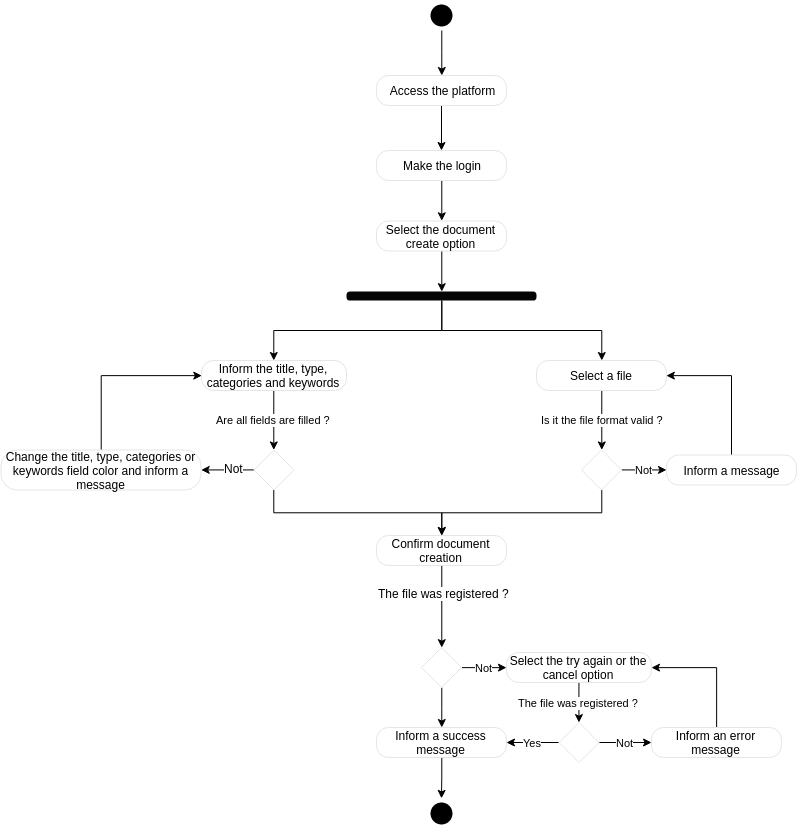
Earlier version of the draw.io export documentation/diagrams/activity/document/create.png (hydroxion/document). Source tidied: cells renumbered, new cells last; positions are measured from the earlier drawing's top-left corner, leaving out a move shared by most shapes. The source it was exported from:
```xml
<mxGraphModel>
  <root>
    <mxCell id="0" />
    <mxCell id="1" parent="0" />
    <mxCell id="2" style="edgeStyle=orthogonalEdgeStyle;rounded=0;jettySize=auto;html=1;exitX=0.5;exitY=1;exitDx=0;exitDy=0;" parent="1" edge="1" source="3" target="5">
      <mxGeometry relative="1" as="geometry" />
    </mxCell>
    <mxCell id="3" style="ellipse;html=1;shape=startState;fillColor=#000000;strokeColor=none;" parent="1" vertex="1">
      <mxGeometry x="425" width="30" height="30" as="geometry" />
    </mxCell>
    <mxCell id="4" style="edgeStyle=orthogonalEdgeStyle;rounded=0;jettySize=auto;html=1;" parent="1" edge="1" source="5" target="7">
      <mxGeometry relative="1" as="geometry" />
    </mxCell>
    <mxCell id="5" value="Access the platform" style="rounded=1;whiteSpace=wrap;html=1;arcSize=40;fontColor=#000000;fillColor=#FFFFFF;strokeColor=#e5e5e5;" parent="1" vertex="1">
      <mxGeometry x="375" y="75" width="130" height="30" as="geometry" />
    </mxCell>
    <mxCell id="6" style="edgeStyle=orthogonalEdgeStyle;rounded=0;jettySize=auto;html=1;exitX=0.5;exitY=1;exitDx=0;exitDy=0;entryX=0.5;entryY=0;entryDx=0;entryDy=0;" parent="1" edge="1" source="7" target="9">
      <mxGeometry relative="1" as="geometry" />
    </mxCell>
    <mxCell id="7" value="Make the login&lt;br&gt;" style="rounded=1;whiteSpace=wrap;html=1;arcSize=40;fontColor=#000000;fillColor=#FFFFFF;strokeColor=#e5e5e5;" parent="1" vertex="1">
      <mxGeometry x="375" y="150" width="130" height="30" as="geometry" />
    </mxCell>
    <mxCell id="8" style="edgeStyle=orthogonalEdgeStyle;rounded=0;jettySize=auto;html=1;exitX=0.5;exitY=1;exitDx=0;exitDy=0;entryX=0.5;entryY=0;entryDx=0;entryDy=0;" parent="1" edge="1" source="9" target="12">
      <mxGeometry relative="1" as="geometry" />
    </mxCell>
    <mxCell id="9" value="Select the document create option&lt;br&gt;" style="rounded=1;whiteSpace=wrap;html=1;arcSize=40;fontColor=#000000;fillColor=#FFFFFF;strokeColor=#e5e5e5;" parent="1" vertex="1">
      <mxGeometry x="375" y="220.5" width="130" height="30" as="geometry" />
    </mxCell>
    <mxCell id="10" style="edgeStyle=orthogonalEdgeStyle;rounded=0;jettySize=auto;html=1;" parent="1" edge="1" source="12" target="16">
      <mxGeometry relative="1" as="geometry" />
    </mxCell>
    <mxCell id="11" style="edgeStyle=orthogonalEdgeStyle;rounded=0;jettySize=auto;html=1;" parent="1" edge="1" source="12" target="14">
      <mxGeometry relative="1" as="geometry" />
    </mxCell>
    <mxCell id="12" style="rounded=1;whiteSpace=wrap;html=1;arcSize=40;fontColor=#000000;fillColor=#050505;strokeColor=none;" parent="1" vertex="1">
      <mxGeometry x="345" y="291" width="190" height="9" as="geometry" />
    </mxCell>
    <mxCell id="13" value="Is it the file format valid ?" style="edgeStyle=orthogonalEdgeStyle;rounded=0;jettySize=auto;html=1;exitX=0.5;exitY=1;exitDx=0;exitDy=0;entryX=0.5;entryY=0;entryDx=0;entryDy=0;" parent="1" edge="1" source="14" target="19">
      <mxGeometry relative="1" as="geometry" />
    </mxCell>
    <mxCell id="14" value="Select a file&lt;br&gt;" style="rounded=1;whiteSpace=wrap;html=1;arcSize=40;fontColor=#000000;fillColor=#FFFFFF;strokeColor=#e5e5e5;" parent="1" vertex="1">
      <mxGeometry x="535" y="360" width="130" height="30" as="geometry" />
    </mxCell>
    <mxCell id="15" value="Are&amp;nbsp;all fields are filled ?" style="edgeStyle=orthogonalEdgeStyle;rounded=0;jettySize=auto;html=1;entryX=0.5;entryY=0;entryDx=0;entryDy=0;" parent="1" edge="1" source="16" target="23">
      <mxGeometry relative="1" as="geometry" />
    </mxCell>
    <mxCell id="16" value="Inform the title, type, categories and keywords&lt;br&gt;" style="rounded=1;whiteSpace=wrap;html=1;arcSize=40;fontColor=#000000;fillColor=#FFFFFF;strokeColor=#e5e5e5;" parent="1" vertex="1">
      <mxGeometry x="200" y="360" width="145" height="30" as="geometry" />
    </mxCell>
    <mxCell id="17" value="Not" style="edgeStyle=orthogonalEdgeStyle;rounded=0;jettySize=auto;html=1;exitX=1;exitY=0.5;exitDx=0;exitDy=0;" parent="1" edge="1" source="19" target="25">
      <mxGeometry relative="1" as="geometry" />
    </mxCell>
    <mxCell id="18" style="edgeStyle=orthogonalEdgeStyle;rounded=0;jettySize=auto;html=1;exitX=0.5;exitY=1;exitDx=0;exitDy=0;entryX=0.5;entryY=0;entryDx=0;entryDy=0;" parent="1" edge="1" source="19" target="33">
      <mxGeometry relative="1" as="geometry" />
    </mxCell>
    <mxCell id="19" style="rhombus;whiteSpace=wrap;html=1;strokeColor=#e5e5e5;fillColor=#FFFFFF;" parent="1" vertex="1">
      <mxGeometry x="580" y="449.5" width="40" height="40" as="geometry" />
    </mxCell>
    <mxCell id="20" style="edgeStyle=orthogonalEdgeStyle;rounded=0;jettySize=auto;html=1;exitX=0;exitY=0.5;exitDx=0;exitDy=0;entryX=1;entryY=0.5;entryDx=0;entryDy=0;" parent="1" edge="1" source="23" target="27">
      <mxGeometry relative="1" as="geometry" />
    </mxCell>
    <mxCell id="21" value="Not" style="text;html=1;align=center;verticalAlign=middle;labelBackgroundColor=#ffffff;" parent="20" vertex="1">
      <mxGeometry x="-0.21" y="-2" relative="1" as="geometry" />
    </mxCell>
    <mxCell id="22" style="edgeStyle=orthogonalEdgeStyle;rounded=0;jettySize=auto;html=1;exitX=0.5;exitY=1;exitDx=0;exitDy=0;" parent="1" edge="1" source="23" target="33">
      <mxGeometry relative="1" as="geometry" />
    </mxCell>
    <mxCell id="23" style="rhombus;whiteSpace=wrap;html=1;strokeColor=#e5e5e5;fillColor=#FFFFFF;" parent="1" vertex="1">
      <mxGeometry x="252.5" y="449.5" width="40" height="40" as="geometry" />
    </mxCell>
    <mxCell id="24" style="edgeStyle=orthogonalEdgeStyle;rounded=0;jettySize=auto;html=1;exitX=0.5;exitY=0;exitDx=0;exitDy=0;entryX=1;entryY=0.5;entryDx=0;entryDy=0;" parent="1" edge="1" source="25" target="14">
      <mxGeometry relative="1" as="geometry" />
    </mxCell>
    <mxCell id="25" value="Inform a message&lt;br&gt;" style="rounded=1;whiteSpace=wrap;html=1;arcSize=40;fontColor=#000000;fillColor=#FFFFFF;strokeColor=#e5e5e5;" parent="1" vertex="1">
      <mxGeometry x="665" y="454.5" width="130" height="30" as="geometry" />
    </mxCell>
    <mxCell id="26" style="edgeStyle=orthogonalEdgeStyle;rounded=0;jettySize=auto;html=1;exitX=0.5;exitY=0;exitDx=0;exitDy=0;entryX=0;entryY=0.5;entryDx=0;entryDy=0;" parent="1" edge="1" source="27" target="16">
      <mxGeometry relative="1" as="geometry" />
    </mxCell>
    <mxCell id="27" value="Change the title, type, categories or keywords field color and inform a message&lt;br&gt;" style="rounded=1;whiteSpace=wrap;html=1;arcSize=40;fontColor=#000000;fillColor=#FFFFFF;strokeColor=#e5e5e5;" parent="1" vertex="1">
      <mxGeometry x="-0.5" y="449.5" width="200" height="40" as="geometry" />
    </mxCell>
    <mxCell id="28" style="edgeStyle=orthogonalEdgeStyle;rounded=0;jettySize=auto;html=1;exitX=0.5;exitY=1;exitDx=0;exitDy=0;" parent="1" edge="1" source="30" target="35">
      <mxGeometry relative="1" as="geometry" />
    </mxCell>
    <mxCell id="29" value="Not" style="edgeStyle=orthogonalEdgeStyle;rounded=0;jettySize=auto;html=1;exitX=1;exitY=0.5;exitDx=0;exitDy=0;" parent="1" edge="1" source="30" target="38">
      <mxGeometry relative="1" as="geometry" />
    </mxCell>
    <mxCell id="30" style="rhombus;whiteSpace=wrap;html=1;strokeColor=#e5e5e5;fillColor=#FFFFFF;" parent="1" vertex="1">
      <mxGeometry x="420" y="647" width="40" height="40" as="geometry" />
    </mxCell>
    <mxCell id="31" style="edgeStyle=orthogonalEdgeStyle;rounded=0;jettySize=auto;html=1;exitX=0.5;exitY=1;exitDx=0;exitDy=0;entryX=0.5;entryY=0;entryDx=0;entryDy=0;" parent="1" edge="1" source="33" target="30">
      <mxGeometry relative="1" as="geometry" />
    </mxCell>
    <mxCell id="32" value="The file was registered ?" style="text;html=1;align=center;verticalAlign=middle;labelBackgroundColor=#ffffff;" parent="31" vertex="1">
      <mxGeometry x="-0.33" y="2" relative="1" as="geometry" />
    </mxCell>
    <mxCell id="33" value="Confirm document creation&lt;br&gt;" style="rounded=1;whiteSpace=wrap;html=1;arcSize=40;fontColor=#000000;fillColor=#FFFFFF;strokeColor=#e5e5e5;" parent="1" vertex="1">
      <mxGeometry x="375" y="535" width="130" height="30" as="geometry" />
    </mxCell>
    <mxCell id="34" style="edgeStyle=orthogonalEdgeStyle;rounded=0;jettySize=auto;html=1;exitX=0.5;exitY=1;exitDx=0;exitDy=0;" parent="1" edge="1" source="35" target="36">
      <mxGeometry relative="1" as="geometry" />
    </mxCell>
    <mxCell id="35" value="Inform a success message&lt;br&gt;" style="rounded=1;whiteSpace=wrap;html=1;arcSize=40;fontColor=#000000;fillColor=#FFFFFF;strokeColor=#e5e5e5;" parent="1" vertex="1">
      <mxGeometry x="375" y="727" width="130" height="30" as="geometry" />
    </mxCell>
    <mxCell id="36" style="ellipse;html=1;shape=startState;fillColor=#000000;strokeColor=none;" parent="1" vertex="1">
      <mxGeometry x="425" y="797.9" width="30" height="30" as="geometry" />
    </mxCell>
    <mxCell id="37" value="The file was registered ?" style="edgeStyle=orthogonalEdgeStyle;rounded=0;jettySize=auto;html=1;exitX=0.5;exitY=1;exitDx=0;exitDy=0;" parent="1" edge="1" source="38" target="41">
      <mxGeometry relative="1" as="geometry" />
    </mxCell>
    <mxCell id="38" value="Select the try again or the cancel option&lt;br&gt;" style="rounded=1;whiteSpace=wrap;html=1;arcSize=40;fontColor=#000000;fillColor=#FFFFFF;strokeColor=#e5e5e5;" parent="1" vertex="1">
      <mxGeometry x="505" y="652" width="145" height="30" as="geometry" />
    </mxCell>
    <mxCell id="39" value="Yes" style="edgeStyle=orthogonalEdgeStyle;rounded=0;jettySize=auto;html=1;exitX=0;exitY=0.5;exitDx=0;exitDy=0;" parent="1" edge="1" source="41" target="35">
      <mxGeometry relative="1" as="geometry" />
    </mxCell>
    <mxCell id="40" value="Not" style="edgeStyle=orthogonalEdgeStyle;rounded=0;jettySize=auto;html=1;entryX=0;entryY=0.5;entryDx=0;entryDy=0;" parent="1" edge="1" source="41" target="43">
      <mxGeometry relative="1" as="geometry" />
    </mxCell>
    <mxCell id="41" style="rhombus;whiteSpace=wrap;html=1;strokeColor=#e5e5e5;fillColor=#FFFFFF;" parent="1" vertex="1">
      <mxGeometry x="557.5" y="722" width="40" height="40" as="geometry" />
    </mxCell>
    <mxCell id="42" style="edgeStyle=orthogonalEdgeStyle;rounded=0;jettySize=auto;html=1;exitX=0.5;exitY=0;exitDx=0;exitDy=0;entryX=1;entryY=0.5;entryDx=0;entryDy=0;" parent="1" edge="1" source="43" target="38">
      <mxGeometry relative="1" as="geometry" />
    </mxCell>
    <mxCell id="43" value="Inform an error message&lt;br&gt;" style="rounded=1;whiteSpace=wrap;html=1;arcSize=40;fontColor=#000000;fillColor=#FFFFFF;strokeColor=#e5e5e5;" parent="1" vertex="1">
      <mxGeometry x="650" y="727" width="130" height="30" as="geometry" />
    </mxCell>
  </root>
</mxGraphModel>
```
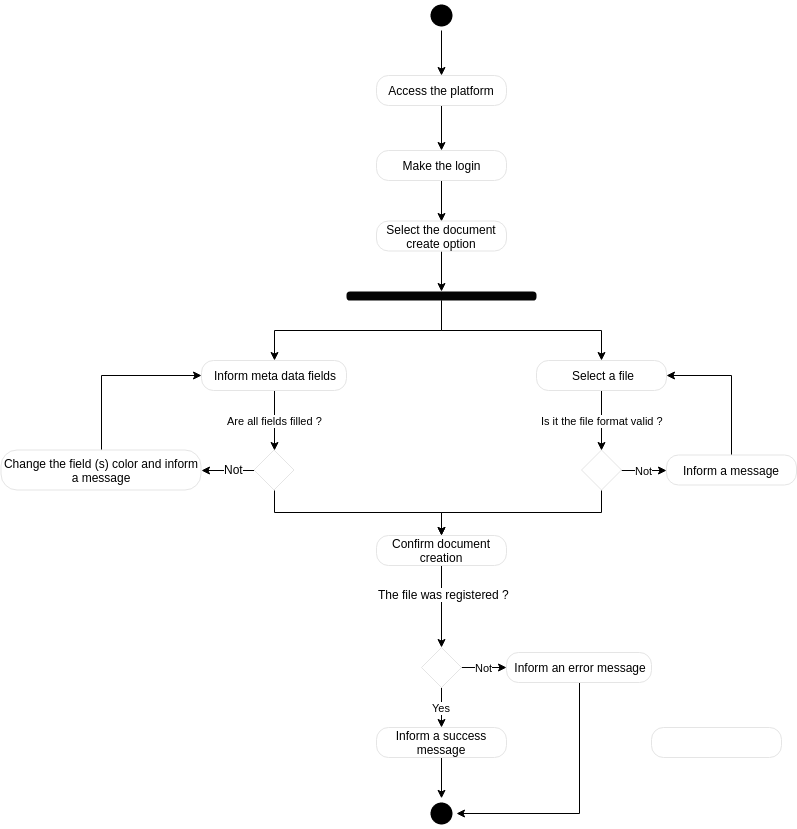
The same diagram one commit later.

The edit, as a diff of the source:
```diff
@@ -41,10 +41,10 @@
     <mxCell id="14" value="Select a file&lt;br&gt;" style="rounded=1;whiteSpace=wrap;html=1;arcSize=40;fontColor=#000000;fillColor=#FFFFFF;strokeColor=#e5e5e5;" parent="1" vertex="1">
       <mxGeometry x="535" y="360" width="130" height="30" as="geometry" />
     </mxCell>
-    <mxCell id="15" value="Are&amp;nbsp;all fields are filled ?" style="edgeStyle=orthogonalEdgeStyle;rounded=0;jettySize=auto;html=1;entryX=0.5;entryY=0;entryDx=0;entryDy=0;" parent="1" edge="1" source="16" target="23">
+    <mxCell id="15" value="Are&amp;nbsp;all fields filled ?" style="edgeStyle=orthogonalEdgeStyle;rounded=0;jettySize=auto;html=1;entryX=0.5;entryY=0;entryDx=0;entryDy=0;" parent="1" edge="1" source="16" target="23">
       <mxGeometry relative="1" as="geometry" />
     </mxCell>
-    <mxCell id="16" value="Inform the title, type, categories and keywords&lt;br&gt;" style="rounded=1;whiteSpace=wrap;html=1;arcSize=40;fontColor=#000000;fillColor=#FFFFFF;strokeColor=#e5e5e5;" parent="1" vertex="1">
+    <mxCell id="16" value="Inform meta data fields&lt;br&gt;" style="rounded=1;whiteSpace=wrap;html=1;arcSize=40;fontColor=#000000;fillColor=#FFFFFF;strokeColor=#e5e5e5;" parent="1" vertex="1">
       <mxGeometry x="200" y="360" width="145" height="30" as="geometry" />
     </mxCell>
     <mxCell id="17" value="Not" style="edgeStyle=orthogonalEdgeStyle;rounded=0;jettySize=auto;html=1;exitX=1;exitY=0.5;exitDx=0;exitDy=0;" parent="1" edge="1" source="19" target="25">
@@ -77,10 +77,10 @@
     <mxCell id="26" style="edgeStyle=orthogonalEdgeStyle;rounded=0;jettySize=auto;html=1;exitX=0.5;exitY=0;exitDx=0;exitDy=0;entryX=0;entryY=0.5;entryDx=0;entryDy=0;" parent="1" edge="1" source="27" target="16">
       <mxGeometry relative="1" as="geometry" />
     </mxCell>
-    <mxCell id="27" value="Change the title, type, categories or keywords field color and inform a message&lt;br&gt;" style="rounded=1;whiteSpace=wrap;html=1;arcSize=40;fontColor=#000000;fillColor=#FFFFFF;strokeColor=#e5e5e5;" parent="1" vertex="1">
+    <mxCell id="27" value="Change the field (s) color and inform a message&lt;br&gt;" style="rounded=1;whiteSpace=wrap;html=1;arcSize=40;fontColor=#000000;fillColor=#FFFFFF;strokeColor=#e5e5e5;" parent="1" vertex="1">
       <mxGeometry x="-0.5" y="449.5" width="200" height="40" as="geometry" />
     </mxCell>
-    <mxCell id="28" style="edgeStyle=orthogonalEdgeStyle;rounded=0;jettySize=auto;html=1;exitX=0.5;exitY=1;exitDx=0;exitDy=0;" parent="1" edge="1" source="30" target="35">
+    <mxCell id="28" value="Yes" style="edgeStyle=orthogonalEdgeStyle;rounded=0;jettySize=auto;html=1;exitX=0.5;exitY=1;exitDx=0;exitDy=0;" parent="1" edge="1" source="30" target="35">
       <mxGeometry relative="1" as="geometry" />
     </mxCell>
     <mxCell id="29" value="Not" style="edgeStyle=orthogonalEdgeStyle;rounded=0;jettySize=auto;html=1;exitX=1;exitY=0.5;exitDx=0;exitDy=0;" parent="1" edge="1" source="30" target="38">
@@ -107,25 +107,13 @@
     <mxCell id="36" style="ellipse;html=1;shape=startState;fillColor=#000000;strokeColor=none;" parent="1" vertex="1">
       <mxGeometry x="425" y="797.9" width="30" height="30" as="geometry" />
     </mxCell>
-    <mxCell id="37" value="The file was registered ?" style="edgeStyle=orthogonalEdgeStyle;rounded=0;jettySize=auto;html=1;exitX=0.5;exitY=1;exitDx=0;exitDy=0;" parent="1" edge="1" source="38" target="41">
-      <mxGeometry relative="1" as="geometry" />
-    </mxCell>
+    <mxCell id="44" style="edgeStyle=orthogonalEdgeStyle;rounded=0;jettySize=auto;html=1;exitX=0.5;exitY=1;exitDx=0;exitDy=0;entryX=1;entryY=0.5;entryDx=0;entryDy=0;" parent="1" edge="1" source="38" target="36">
+      <mxGeometry relative="1" as="geometry" />
+    </mxCell>
-    <mxCell id="38" value="Select the try again or the cancel option&lt;br&gt;" style="rounded=1;whiteSpace=wrap;html=1;arcSize=40;fontColor=#000000;fillColor=#FFFFFF;strokeColor=#e5e5e5;" parent="1" vertex="1">
+    <mxCell id="38" value="Inform an error message&lt;br&gt;" style="rounded=1;whiteSpace=wrap;html=1;arcSize=40;fontColor=#000000;fillColor=#FFFFFF;strokeColor=#e5e5e5;" parent="1" vertex="1">
       <mxGeometry x="505" y="652" width="145" height="30" as="geometry" />
     </mxCell>
-    <mxCell id="39" value="Yes" style="edgeStyle=orthogonalEdgeStyle;rounded=0;jettySize=auto;html=1;exitX=0;exitY=0.5;exitDx=0;exitDy=0;" parent="1" edge="1" source="41" target="35">
-      <mxGeometry relative="1" as="geometry" />
-    </mxCell>
-    <mxCell id="40" value="Not" style="edgeStyle=orthogonalEdgeStyle;rounded=0;jettySize=auto;html=1;entryX=0;entryY=0.5;entryDx=0;entryDy=0;" parent="1" edge="1" source="41" target="43">
-      <mxGeometry relative="1" as="geometry" />
-    </mxCell>
-    <mxCell id="41" style="rhombus;whiteSpace=wrap;html=1;strokeColor=#e5e5e5;fillColor=#FFFFFF;" parent="1" vertex="1">
-      <mxGeometry x="557.5" y="722" width="40" height="40" as="geometry" />
-    </mxCell>
-    <mxCell id="42" style="edgeStyle=orthogonalEdgeStyle;rounded=0;jettySize=auto;html=1;exitX=0.5;exitY=0;exitDx=0;exitDy=0;entryX=1;entryY=0.5;entryDx=0;entryDy=0;" parent="1" edge="1" source="43" target="38">
-      <mxGeometry relative="1" as="geometry" />
-    </mxCell>
-    <mxCell id="43" value="Inform an error message&lt;br&gt;" style="rounded=1;whiteSpace=wrap;html=1;arcSize=40;fontColor=#000000;fillColor=#FFFFFF;strokeColor=#e5e5e5;" parent="1" vertex="1">
+    <mxCell id="43" style="rounded=1;whiteSpace=wrap;html=1;arcSize=40;fontColor=#000000;fillColor=#FFFFFF;strokeColor=#e5e5e5;" parent="1" vertex="1">
       <mxGeometry x="650" y="727" width="130" height="30" as="geometry" />
     </mxCell>
   </root>
```
